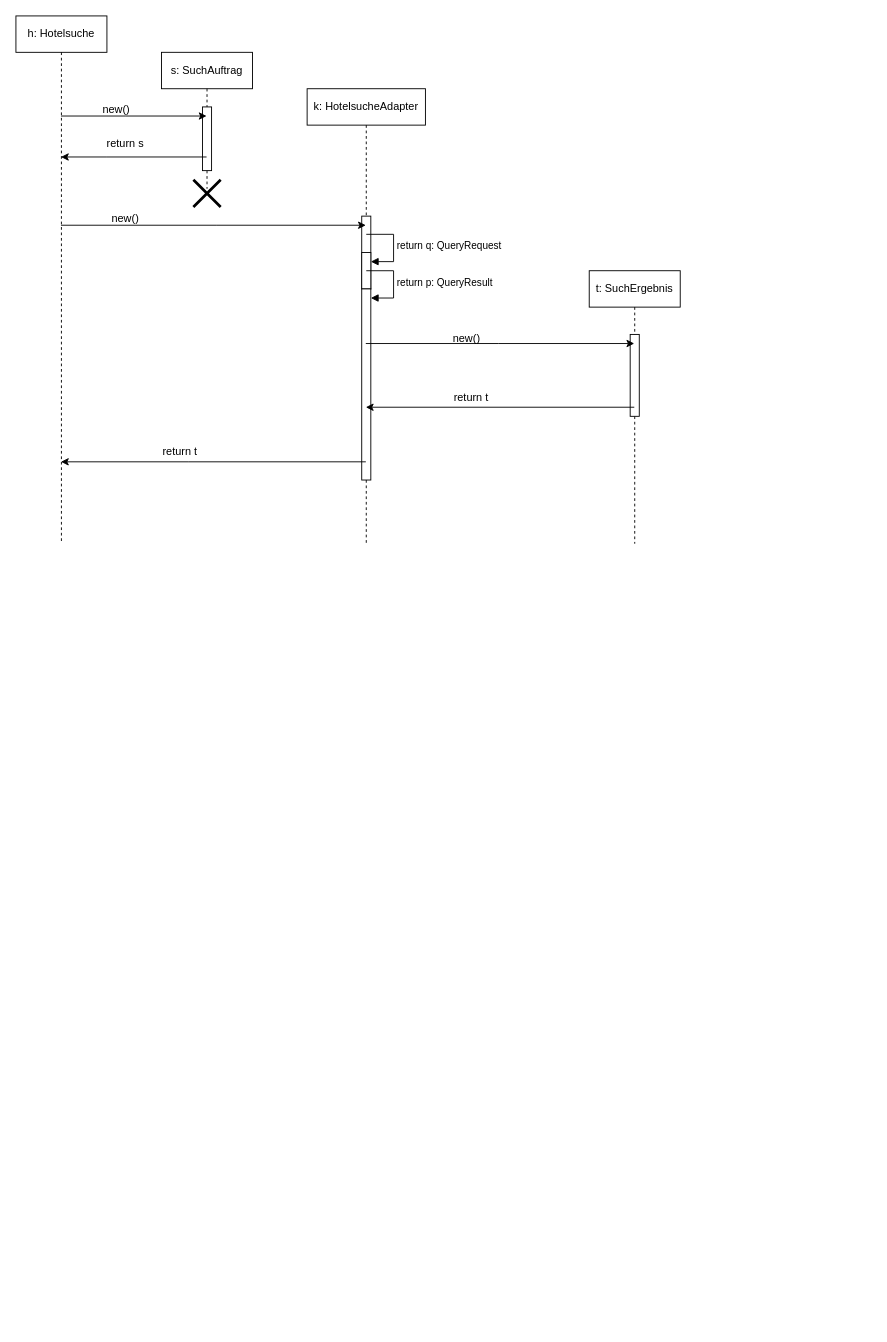
The draw.io diagram uebung8/1c.drawio in ReiseKato/SoftwareEngineering1, before the edit. Source tidied: cells renumbered, new cells numbered last; positions are measured from the earlier drawing's top-left corner, leaving out a move shared by most shapes. Both pictures are drawn from the tidied source at 91%, with x=0, y=0 at pixel (15, 15).
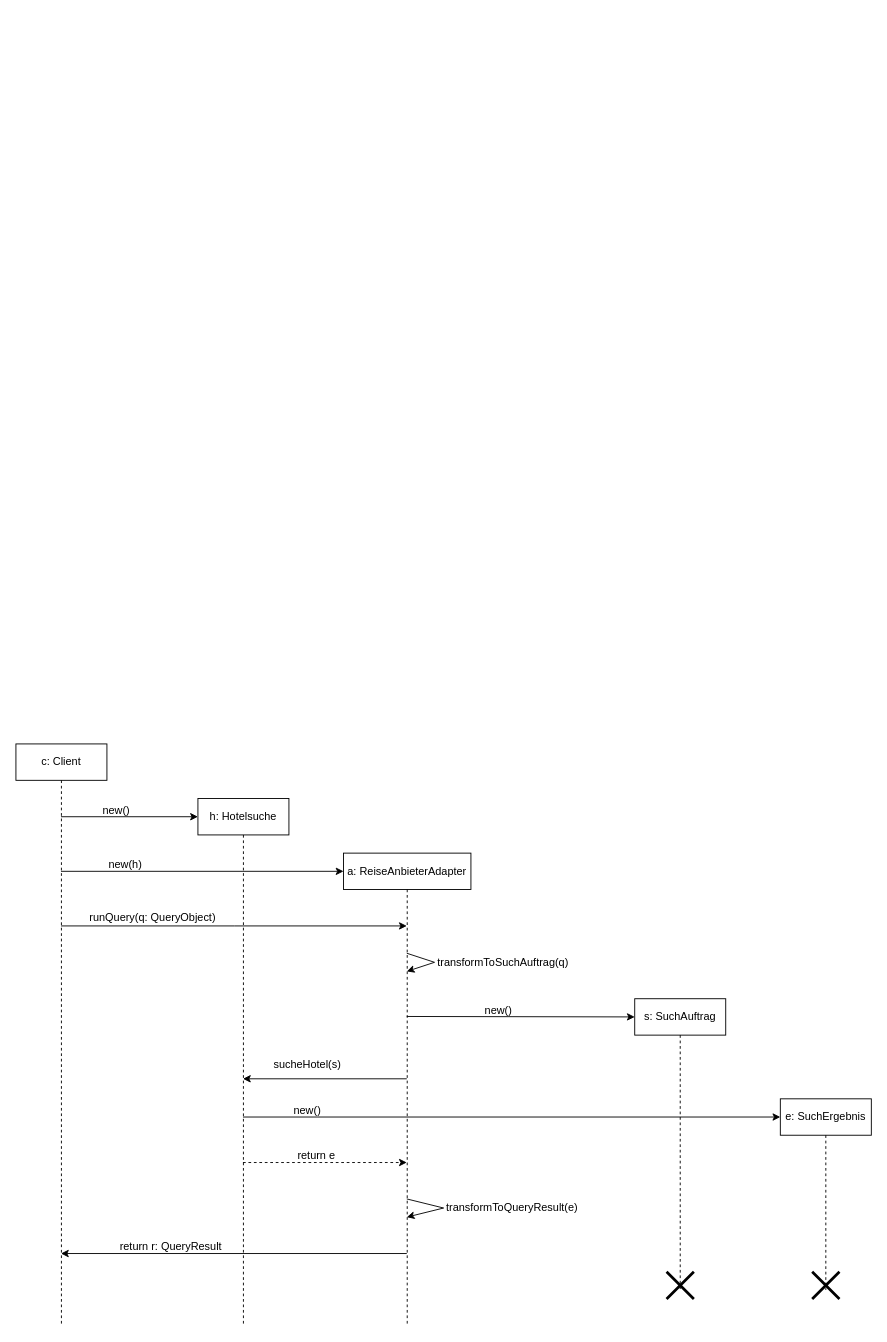
The same diagram, later.

Change to the diagram source:
```diff
@@
+    <mxCell id="26" value="c: Client" style="shape=umlLifeline;perimeter=lifelinePerimeter;whiteSpace=wrap;html=1;outlineConnect=0;portConstraint=eastwest;newEdgeStyle={&quot;curved&quot;:0,&quot;rounded&quot;:0};" parent="1" vertex="1">
+      <mxGeometry y="800" width="100" height="640" as="geometry" />
+    </mxCell>
     <mxCell id="2" value="h: Hotelsuche" style="shape=umlLifeline;perimeter=lifelinePerimeter;whiteSpace=wrap;html=1;outlineConnect=0;portConstraint=eastwest;newEdgeStyle={&quot;curved&quot;:0,&quot;rounded&quot;:0};" parent="1" vertex="1">
-      <mxGeometry width="100" height="580" as="geometry" />
+      <mxGeometry x="200" y="860" width="100" height="580" as="geometry" />
     </mxCell>
+    <mxCell id="27" value="a: ReiseAnbieterAdapter" style="shape=umlLifeline;perimeter=lifelinePerimeter;whiteSpace=wrap;html=1;outlineConnect=0;portConstraint=eastwest;newEdgeStyle={&quot;curved&quot;:0,&quot;rounded&quot;:0};" parent="1" vertex="1">
+      <mxGeometry x="360" y="920" width="140" height="520" as="geometry" />
+    </mxCell>
+    <mxCell id="28" value="e: SuchErgebnis" style="shape=umlLifeline;perimeter=lifelinePerimeter;whiteSpace=wrap;html=1;newEdgeStyle={&quot;curved&quot;:0,&quot;rounded&quot;:0};" parent="1" vertex="1">
+      <mxGeometry x="840" y="1190" width="100" height="210" as="geometry" />
+    </mxCell>
+    <mxCell id="29" style="shape=umlDestroy;whiteSpace=wrap;html=1;strokeWidth=3;targetShapes=umlLifeline;" parent="28" vertex="1">
+      <mxGeometry x="35" y="190" width="30" height="30" as="geometry" />
+    </mxCell>
     <mxCell id="3" value="s: SuchAuftrag" style="shape=umlLifeline;perimeter=lifelinePerimeter;whiteSpace=wrap;html=1;outlineConnect=0;portConstraint=eastwest;newEdgeStyle={&quot;curved&quot;:0,&quot;rounded&quot;:0};" parent="1" vertex="1">
-      <mxGeometry x="160" y="40" width="100" height="150" as="geometry" />
+      <mxGeometry x="680" y="1080" width="100" height="320" as="geometry" />
     </mxCell>
-    <mxCell id="4" style="html=1;perimeter=orthogonalPerimeter;targetShapes=umlLifeline;newEdgeStyle={&quot;curved&quot;:0,&quot;rounded&quot;:0};" parent="3" vertex="1">
-      <mxGeometry x="45" y="60" width="10" height="70" as="geometry" />
-    </mxCell>
-    <mxCell id="5" value="k: HotelsucheAdapter" style="shape=umlLifeline;perimeter=lifelinePerimeter;whiteSpace=wrap;html=1;outlineConnect=0;portConstraint=eastwest;newEdgeStyle={&quot;curved&quot;:0,&quot;rounded&quot;:0};" parent="1" vertex="1">
-      <mxGeometry x="320" y="80" width="130" height="500" as="geometry" />
-    </mxCell>
-    <mxCell id="6" style="html=1;perimeter=orthogonalPerimeter;targetShapes=umlLifeline;newEdgeStyle={&quot;curved&quot;:0,&quot;rounded&quot;:0};" parent="5" vertex="1">
-      <mxGeometry x="60" y="140" width="10" height="80" as="geometry" />
-    </mxCell>
-    <mxCell id="7" style="html=1;points=[[0,0,0,0,5],[0,1,0,0,-5],[1,0,0,0,5],[1,1,0,0,-5]];perimeter=orthogonalPerimeter;outlineConnect=0;targetShapes=umlLifeline;portConstraint=eastwest;newEdgeStyle={&quot;curved&quot;:0,&quot;rounded&quot;:0};" parent="5" vertex="1">
-      <mxGeometry x="60" y="180" width="10" height="40" as="geometry" />
-    </mxCell>
-    <mxCell id="8" value="return q: QueryRequest" style="html=1;align=left;spacingLeft=2;endArrow=block;rounded=0;edgeStyle=orthogonalEdgeStyle;curved=0;rounded=0;" parent="5" edge="1" target="7">
-      <mxGeometry relative="1" as="geometry">
-        <mxPoint x="65" y="160" as="sourcePoint" />
-        <Array as="points">
-          <mxPoint x="95" y="190" />
-        </Array>
-      </mxGeometry>
-    </mxCell>
-    <mxCell id="9" style="html=1;points=[[0,0,0,0,5],[0,1,0,0,-5],[1,0,0,0,5],[1,1,0,0,-5]];perimeter=orthogonalPerimeter;outlineConnect=0;targetShapes=umlLifeline;portConstraint=eastwest;newEdgeStyle={&quot;curved&quot;:0,&quot;rounded&quot;:0};" parent="5" vertex="1">
-      <mxGeometry x="60" y="220" width="10" height="210" as="geometry" />
-    </mxCell>
-    <mxCell id="10" value="return p: QueryResult" style="html=1;align=left;spacingLeft=2;endArrow=block;rounded=0;edgeStyle=orthogonalEdgeStyle;curved=0;rounded=0;" parent="5" edge="1" target="9">
-      <mxGeometry relative="1" as="geometry">
-        <mxPoint x="65" y="200" as="sourcePoint" />
-        <Array as="points">
-          <mxPoint x="95" y="230" />
-        </Array>
-      </mxGeometry>
-    </mxCell>
-    <mxCell id="11" value="t: SuchErgebnis" style="shape=umlLifeline;perimeter=lifelinePerimeter;whiteSpace=wrap;html=1;outlineConnect=0;portConstraint=eastwest;newEdgeStyle={&quot;curved&quot;:0,&quot;rounded&quot;:0};" parent="1" vertex="1">
-      <mxGeometry x="630" y="280" width="100" height="300" as="geometry" />
-    </mxCell>
-    <mxCell id="12" style="html=1;perimeter=orthogonalPerimeter;targetShapes=umlLifeline;newEdgeStyle={&quot;curved&quot;:0,&quot;rounded&quot;:0};" parent="11" vertex="1">
-      <mxGeometry x="45" y="70" width="10" height="90" as="geometry" />
-    </mxCell>
-    <mxCell id="13" style="endArrow=classic;html=1;rounded=0;" parent="1" edge="1" source="2" target="3">
-      <mxGeometry relative="1" as="geometry">
-        <Array as="points">
-          <mxPoint x="120" y="110" />
-        </Array>
-      </mxGeometry>
-    </mxCell>
-    <mxCell id="14" value="new()" style="text;html=1;align=center;verticalAlign=middle;strokeColor=none;fillColor=none;" parent="1" vertex="1">
-      <mxGeometry x="85" y="88" width="50" height="30" as="geometry" />
-    </mxCell>
-    <mxCell id="15" style="endArrow=classic;html=1;rounded=0;" parent="1" edge="1">
-      <mxGeometry relative="1" as="geometry">
-        <mxPoint x="209.5" y="155" as="sourcePoint" />
-        <mxPoint x="49.5" y="155" as="targetPoint" />
-        <Array as="points">
-          <mxPoint x="100" y="155" />
-        </Array>
-      </mxGeometry>
-    </mxCell>
-    <mxCell id="16" value="return s" style="text;html=1;align=center;verticalAlign=middle;strokeColor=none;fillColor=none;" parent="1" vertex="1">
-      <mxGeometry x="90" y="125" width="60" height="30" as="geometry" />
-    </mxCell>
-    <mxCell id="17" style="shape=umlDestroy;whiteSpace=wrap;html=1;strokeWidth=3;targetShapes=umlLifeline;" parent="1" vertex="1">
-      <mxGeometry x="195" y="180" width="30" height="30" as="geometry" />
-    </mxCell>
-    <mxCell id="18" style="endArrow=classic;html=1;rounded=0;" parent="1" edge="1" source="2" target="5">
-      <mxGeometry relative="1" as="geometry">
-        <Array as="points">
-          <mxPoint x="220" y="230" />
-        </Array>
-      </mxGeometry>
-    </mxCell>
-    <mxCell id="19" value="new()" style="text;html=1;align=center;verticalAlign=middle;strokeColor=none;fillColor=none;" parent="1" vertex="1">
-      <mxGeometry x="95" y="208" width="50" height="30" as="geometry" />
-    </mxCell>
-    <mxCell id="20" style="endArrow=classic;html=1;rounded=0;" parent="1" edge="1" source="5" target="11">
-      <mxGeometry relative="1" as="geometry">
-        <Array as="points">
-          <mxPoint x="530" y="360" />
-        </Array>
-      </mxGeometry>
-    </mxCell>
-    <mxCell id="21" value="new()" style="text;html=1;align=center;verticalAlign=middle;strokeColor=none;fillColor=none;" parent="1" vertex="1">
-      <mxGeometry x="470" y="340" width="50" height="30" as="geometry" />
-    </mxCell>
-    <mxCell id="22" style="endArrow=classic;html=1;rounded=0;" parent="1" edge="1" source="11" target="5">
-      <mxGeometry relative="1" as="geometry" />
-    </mxCell>
-    <mxCell id="23" value="return t" style="text;html=1;align=center;verticalAlign=middle;strokeColor=none;fillColor=none;" parent="1" vertex="1">
-      <mxGeometry x="470" y="405" width="60" height="30" as="geometry" />
-    </mxCell>
-    <mxCell id="24" style="endArrow=classic;html=1;rounded=0;" parent="1" edge="1" source="5" target="2">
-      <mxGeometry relative="1" as="geometry">
-        <Array as="points">
-          <mxPoint x="190" y="490" />
-        </Array>
-      </mxGeometry>
-    </mxCell>
-    <mxCell id="25" value="return t" style="text;html=1;align=center;verticalAlign=middle;strokeColor=none;fillColor=none;" parent="1" vertex="1">
-      <mxGeometry x="150" y="464" width="60" height="30" as="geometry" />
-    </mxCell>
+    <mxCell id="30" style="shape=umlDestroy;whiteSpace=wrap;html=1;strokeWidth=3;targetShapes=umlLifeline;" parent="3" vertex="1">
+      <mxGeometry x="35" y="300" width="30" height="30" as="geometry" />
+    </mxCell>
+    <mxCell id="31" style="endArrow=classic;html=1;rounded=0;" parent="1" edge="1" source="26">
+      <mxGeometry relative="1" as="geometry">
+        <mxPoint x="200" y="880" as="targetPoint" />
+      </mxGeometry>
+    </mxCell>
+    <mxCell id="32" value="new()" style="text;html=1;align=center;verticalAlign=middle;strokeColor=none;fillColor=none;" parent="1" vertex="1">
+      <mxGeometry x="85" y="858" width="50" height="30" as="geometry" />
+    </mxCell>
+    <mxCell id="33" style="endArrow=classic;html=1;rounded=0;" parent="1" edge="1" source="26">
+      <mxGeometry relative="1" as="geometry">
+        <mxPoint x="360" y="940" as="targetPoint" />
+      </mxGeometry>
+    </mxCell>
+    <mxCell id="34" value="new(h)" style="text;html=1;align=center;verticalAlign=middle;strokeColor=none;fillColor=none;" parent="1" vertex="1">
+      <mxGeometry x="90" y="918" width="60" height="30" as="geometry" />
+    </mxCell>
+    <mxCell id="35" style="endArrow=classic;html=1;rounded=0;" parent="1" edge="1" source="26" target="27">
+      <mxGeometry relative="1" as="geometry">
+        <Array as="points">
+          <mxPoint x="240" y="1000" />
+        </Array>
+      </mxGeometry>
+    </mxCell>
+    <mxCell id="36" value="runQuery(q: QueryObject)" style="text;html=1;align=center;verticalAlign=middle;strokeColor=none;fillColor=none;" parent="1" vertex="1">
+      <mxGeometry x="70" y="976" width="160" height="30" as="geometry" />
+    </mxCell>
+    <mxCell id="37" style="endArrow=classic;html=1;rounded=0;" parent="1" edge="1">
+      <mxGeometry relative="1" as="geometry">
+        <mxPoint x="429.5" y="1168" as="sourcePoint" />
+        <mxPoint x="249.5" y="1168" as="targetPoint" />
+      </mxGeometry>
+    </mxCell>
+    <mxCell id="38" style="endArrow=classic;html=1;rounded=0;" parent="1" edge="1">
+      <mxGeometry relative="1" as="geometry">
+        <mxPoint x="429.5" y="1030" as="sourcePoint" />
+        <mxPoint x="429.5" y="1050" as="targetPoint" />
+        <Array as="points">
+          <mxPoint x="460" y="1040" />
+        </Array>
+      </mxGeometry>
+    </mxCell>
+    <mxCell id="39" value="transformToSuchAuftrag(q)" style="text;html=1;align=center;verticalAlign=middle;strokeColor=none;fillColor=none;" parent="1" vertex="1">
+      <mxGeometry x="450" y="1025" width="170" height="30" as="geometry" />
+    </mxCell>
+    <mxCell id="40" style="endArrow=classic;html=1;rounded=0;" parent="1" edge="1">
+      <mxGeometry relative="1" as="geometry">
+        <mxPoint x="429.5" y="1099.5" as="sourcePoint" />
+        <mxPoint x="680" y="1100" as="targetPoint" />
+      </mxGeometry>
+    </mxCell>
+    <mxCell id="41" value="new()" style="text;html=1;align=center;verticalAlign=middle;strokeColor=none;fillColor=none;" parent="1" vertex="1">
+      <mxGeometry x="505" y="1078" width="50" height="30" as="geometry" />
+    </mxCell>
+    <mxCell id="42" value="sucheHotel(s)" style="text;html=1;align=center;verticalAlign=middle;strokeColor=none;fillColor=none;" parent="1" vertex="1">
+      <mxGeometry x="270" y="1138" width="100" height="30" as="geometry" />
+    </mxCell>
+    <mxCell id="43" style="endArrow=classic;html=1;rounded=0;" parent="1" edge="1">
+      <mxGeometry relative="1" as="geometry">
+        <mxPoint x="249.5" y="1210" as="sourcePoint" />
+        <mxPoint x="840" y="1210" as="targetPoint" />
+      </mxGeometry>
+    </mxCell>
+    <mxCell id="44" value="new()" style="text;html=1;align=center;verticalAlign=middle;strokeColor=none;fillColor=none;" parent="1" vertex="1">
+      <mxGeometry x="295" y="1188" width="50" height="30" as="geometry" />
+    </mxCell>
+    <mxCell id="45" style="endArrow=classic;html=1;rounded=0;dashed=1;" parent="1" edge="1">
+      <mxGeometry relative="1" as="geometry">
+        <mxPoint x="249.5" y="1260" as="sourcePoint" />
+        <mxPoint x="429.5" y="1260" as="targetPoint" />
+      </mxGeometry>
+    </mxCell>
+    <mxCell id="46" value="return e" style="text;html=1;align=center;verticalAlign=middle;strokeColor=none;fillColor=none;" parent="1" vertex="1">
+      <mxGeometry x="300" y="1238" width="60" height="30" as="geometry" />
+    </mxCell>
+    <mxCell id="47" style="endArrow=classic;html=1;rounded=0;" parent="1" edge="1">
+      <mxGeometry relative="1" as="geometry">
+        <mxPoint x="429.5" y="1300" as="sourcePoint" />
+        <mxPoint x="429.5" y="1320" as="targetPoint" />
+        <Array as="points">
+          <mxPoint x="470" y="1310" />
+        </Array>
+      </mxGeometry>
+    </mxCell>
+    <mxCell id="48" value="transformToQueryResult(e)" style="text;html=1;align=center;verticalAlign=middle;strokeColor=none;fillColor=none;" parent="1" vertex="1">
+      <mxGeometry x="460" y="1295" width="170" height="30" as="geometry" />
+    </mxCell>
+    <mxCell id="49" style="endArrow=classic;html=1;rounded=0;" parent="1" edge="1">
+      <mxGeometry relative="1" as="geometry">
+        <mxPoint x="429.5" y="1360" as="sourcePoint" />
+        <mxPoint x="49.5" y="1360" as="targetPoint" />
+      </mxGeometry>
+    </mxCell>
+    <mxCell id="50" value="return r: QueryResult" style="text;html=1;align=center;verticalAlign=middle;strokeColor=none;fillColor=none;" parent="1" vertex="1">
+      <mxGeometry x="100" y="1338" width="140" height="30" as="geometry" />
+    </mxCell>
```
